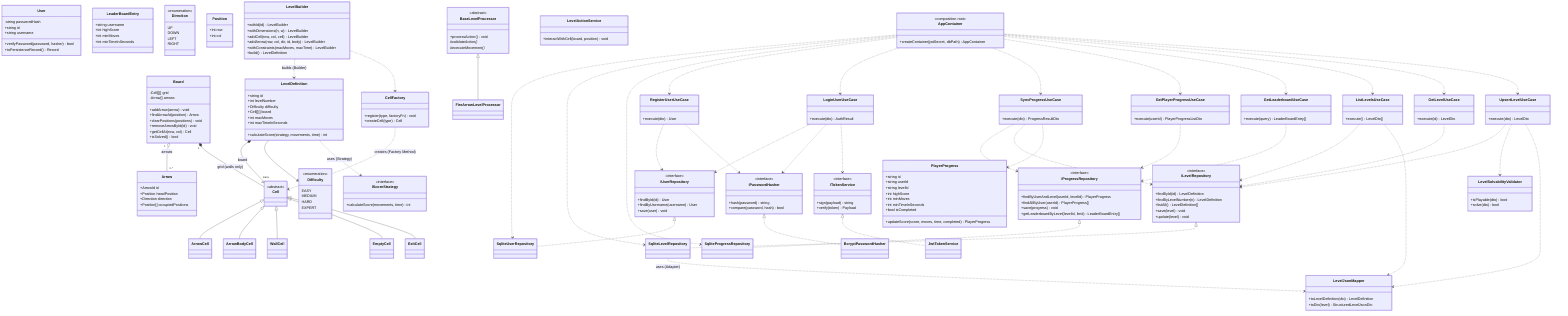
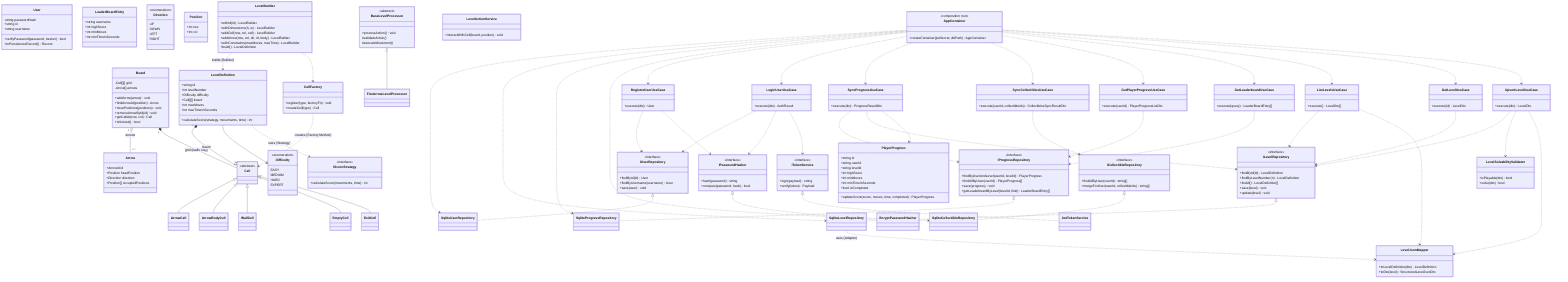
classDiagram
    direction TB

    %% ============================================================
    %% Arrow Maze Backend — Class Diagram
    %% Colors indicate Clean Architecture layer (see legend below).
    %% Patterns shown: Factory Method (CellFactory), Builder
    %% (LevelBuilder), Template Method (BaseLevelProcessor), Adapter
    %% (LevelJsonMapper), Repository/DIP (I*Repository ports).
    %% ============================================================

    %% ----- Domain: Board aggregate & cell hierarchy -----
    class Cell {
        <<abstract>>
    }
    class ArrowCell
    class ArrowBodyCell
    class WallCell
    class EmptyCell
    class ExitCell
    Cell <|-- ArrowCell
    Cell <|-- ArrowBodyCell
    Cell <|-- WallCell
    Cell <|-- EmptyCell
    Cell <|-- ExitCell

    class Board {
        -Cell[][] grid
        -Arrow[] arrows
        +addArrow(arrow) void
        +findArrowAt(position) Arrow
        +clearPositions(positions) void
        +removeArrowById(id) void
        +getCellAt(row, col) Cell
        +isSolved() bool
    }
    class Arrow {
        +ArrowId id
        +Position headPosition
        +Direction direction
        +Position[] occupiedPositions
    }
    Board "1" o-- "0..*" Arrow : arrows
    Board "1" *-- "many" Cell : grid (walls only)

    %% ----- Domain: level & scoring -----
    class Difficulty {
        <<enumeration>>
        EASY
        MEDIUM
        HARD
        EXPERT
    }
    class LevelDefinition {
        +string id
        +int levelNumber
        +Difficulty difficulty
        +Cell[][] board
        +int maxMoves
        +int maxTimeInSeconds
        +calculateScore(strategy, movements, time) int
    }
    LevelDefinition "1" *-- "many" Cell : board
    LevelDefinition --> Difficulty

    class IScoreStrategy {
        <<interface>>
        +calculateScore(movements, time) int
    }
    LevelDefinition ..> IScoreStrategy : uses (Strategy)

    %% ----- Domain: user & progress -----
    class User {
        -string passwordHash
        +string id
        +string username
        +verifyPassword(password, hasher) bool
        +toPersistenceRecord() Record
    }
    class PlayerProgress {
        +string id
        +string userId
        +string levelId
        +int highScore
        +int minMoves
        +int minTimeInSeconds
        +bool isCompleted
        +updateScore(score, moves, time, completed) PlayerProgress
    }
    class LeaderBoardEntry {
        +string username
        +int highScore
        +int minMoves
        +int minTimeInSeconds
    }
    class Direction {
        <<enumeration>>
        UP
        DOWN
        LEFT
        RIGHT
    }
    class Position {
        +int row
        +int col
    }

    %% ----- Domain: repository ports (DIP) -----
    class ILevelRepository {
        <<interface>>
        +findById(id) LevelDefinition
        +findByLevelNumber(n) LevelDefinition
        +listAll() LevelDefinition[]
        +save(level) void
        +update(level) void
    }
    class IUserRepository {
        <<interface>>
        +findById(id) User
        +findByUsername(username) User
        +save(user) void
    }
    class IProgressRepository {
        <<interface>>
        +findByUserAndLevel(userId, levelId) PlayerProgress
        +findAllByUser(userId) PlayerProgress[]
        +save(progress) void
        +getLeaderboardByLevel(levelId, limit) LeaderBoardEntry[]
    }
    class IPasswordHasher {
        <<interface>>
        +hash(password) string
        +compare(password, hash) bool
    }
    class ITokenService {
        <<interface>>
        +sign(payload) string
        +verify(token) Payload
    }
+     class ICollectibleRepository {
+         <<interface>>
+         +findAllByUser(userId) string[]
+         +mergeForUser(userId, collectibleIds) string[]
+     }

    %% ----- Domain: factories, builders, rules, services -----
    class CellFactory {
        +register(type, factoryFn) void
        +createCell(type) Cell
    }
    CellFactory ..> Cell : creates (Factory Method)

    class LevelBuilder {
        +withId(id) LevelBuilder
        +withDimensions(h, w) LevelBuilder
        +addCell(row, col, cell) LevelBuilder
        +addArrow(row, col, dir, id, body) LevelBuilder
        +withConstraints(maxMoves, maxTime) LevelBuilder
        +build() LevelDefinition
    }
    LevelBuilder ..> LevelDefinition : builds (Builder)
    LevelBuilder ..> CellFactory

    class BaseLevelProcessor {
        <<abstract>>
        +processAction() void
        #validateAction()*
        #executeMovement()*
    }
    class FireArrowLevelProcessor
    BaseLevelProcessor <|-- FireArrowLevelProcessor

    class LevelSolvabilityValidator {
        +isPlayable(dto) bool
        +solve(dto) bool
    }
    class LevelActionService {
        +interactWithCell(board, position) void
    }

    %% ----- Application: use cases -----
    class RegisterUserUseCase {
        +execute(dto) User
    }
    class LoginUserUseCase {
        +execute(dto) AuthResult
    }
    class SyncProgressUseCase {
        +execute(dto) ProgressResultDto
    }
    class GetPlayerProgressUseCase {
        +execute(userId) PlayerProgressListDto
    }
    class GetLeaderboardUseCase {
        +execute(query) LeaderBoardEntry[]
    }
    class ListLevelsUseCase {
        +execute() LevelDto[]
    }
    class GetLevelUseCase {
        +execute(id) LevelDto
    }
    class UpsertLevelUseCase {
        +execute(dto) LevelDto
    }
+     class SyncCollectiblesUseCase {
+         +execute(userId, collectibleIds) CollectiblesSyncResultDto
+     }
+     SyncCollectiblesUseCase ..> ICollectibleRepository

    RegisterUserUseCase ..> IUserRepository
    RegisterUserUseCase ..> IPasswordHasher
    LoginUserUseCase ..> IUserRepository
    LoginUserUseCase ..> IPasswordHasher
    LoginUserUseCase ..> ITokenService
    SyncProgressUseCase ..> IProgressRepository
    SyncProgressUseCase ..> ILevelRepository
    SyncProgressUseCase ..> PlayerProgress
    GetPlayerProgressUseCase ..> IProgressRepository
    GetLeaderboardUseCase ..> IProgressRepository
    ListLevelsUseCase ..> ILevelRepository
    GetLevelUseCase ..> ILevelRepository
    UpsertLevelUseCase ..> ILevelRepository
    UpsertLevelUseCase ..> LevelSolvabilityValidator

    %% ----- Infrastructure: SQLite adapters -----
    class SqliteUserRepository
    class SqliteLevelRepository
    class SqliteProgressRepository
+     class SqliteCollectibleRepository
    class BcryptPasswordHasher
    class JwtTokenService
    class LevelJsonMapper {
        +toLevelDefinition(dto) LevelDefinition
        +toDto(level) StructuredLevelJsonDto
    }

    IUserRepository <|.. SqliteUserRepository
    ILevelRepository <|.. SqliteLevelRepository
    IProgressRepository <|.. SqliteProgressRepository
+     ICollectibleRepository <|.. SqliteCollectibleRepository
    IPasswordHasher <|.. BcryptPasswordHasher
    ITokenService <|.. JwtTokenService
    SqliteLevelRepository ..> LevelJsonMapper : uses (Adapter)
    ListLevelsUseCase ..> LevelJsonMapper
    UpsertLevelUseCase ..> LevelJsonMapper

    %% ----- Infrastructure: composition root -----
    class AppContainer {
        <<composition root>>
        +createContainer(jwtSecret, dbPath) AppContainer
    }
    AppContainer ..> SqliteUserRepository
    AppContainer ..> SqliteLevelRepository
    AppContainer ..> SqliteProgressRepository
+     AppContainer ..> SqliteCollectibleRepository
    AppContainer ..> RegisterUserUseCase
    AppContainer ..> LoginUserUseCase
    AppContainer ..> SyncProgressUseCase
+     AppContainer ..> SyncCollectiblesUseCase
    AppContainer ..> GetPlayerProgressUseCase
    AppContainer ..> GetLeaderboardUseCase
    AppContainer ..> ListLevelsUseCase
    AppContainer ..> GetLevelUseCase
    AppContainer ..> UpsertLevelUseCase

    %% ============================================================
    %% Layer legend (fill colors)
    %% ============================================================
    classDef domain fill:#e8f4ea,stroke:#2e7d32,color:#1b3a1e
    classDef application fill:#e8eef8,stroke:#1565c0,color:#0d2a4d
    classDef infrastructure fill:#f8e8ee,stroke:#ad1457,color:#4d0d24

-     cssClass "Cell,ArrowCell,ArrowBodyCell,WallCell,EmptyCell,ExitCell,Board,Arrow,Difficulty,LevelDefinition,IScoreStrategy,User,PlayerProgress,LeaderBoardEntry,Direction,Position,ILevelRepository,IUserRepository,IProgressRepository,IPasswordHasher,ITokenService,CellFactory,LevelBuilder,BaseLevelProcessor,FireArrowLevelProcessor,LevelSolvabilityValidator,LevelActionService" domain
-     cssClass "RegisterUserUseCase,LoginUserUseCase,SyncProgressUseCase,GetPlayerProgressUseCase,GetLeaderboardUseCase,ListLevelsUseCase,GetLevelUseCase,UpsertLevelUseCase" application
-     cssClass "SqliteUserRepository,SqliteLevelRepository,SqliteProgressRepository,BcryptPasswordHasher,JwtTokenService,LevelJsonMapper,AppContainer" infrastructure
+     cssClass "Cell,ArrowCell,ArrowBodyCell,WallCell,EmptyCell,ExitCell,Board,Arrow,Difficulty,LevelDefinition,IScoreStrategy,User,PlayerProgress,LeaderBoardEntry,Direction,Position,ILevelRepository,IUserRepository,IProgressRepository,ICollectibleRepository,IPasswordHasher,ITokenService,CellFactory,LevelBuilder,BaseLevelProcessor,FireArrowLevelProcessor,LevelSolvabilityValidator,LevelActionService" domain
+     cssClass "RegisterUserUseCase,LoginUserUseCase,SyncProgressUseCase,SyncCollectiblesUseCase,GetPlayerProgressUseCase,GetLeaderboardUseCase,ListLevelsUseCase,GetLevelUseCase,UpsertLevelUseCase" application
+     cssClass "SqliteUserRepository,SqliteLevelRepository,SqliteProgressRepository,SqliteCollectibleRepository,BcryptPasswordHasher,JwtTokenService,LevelJsonMapper,AppContainer" infrastructure
